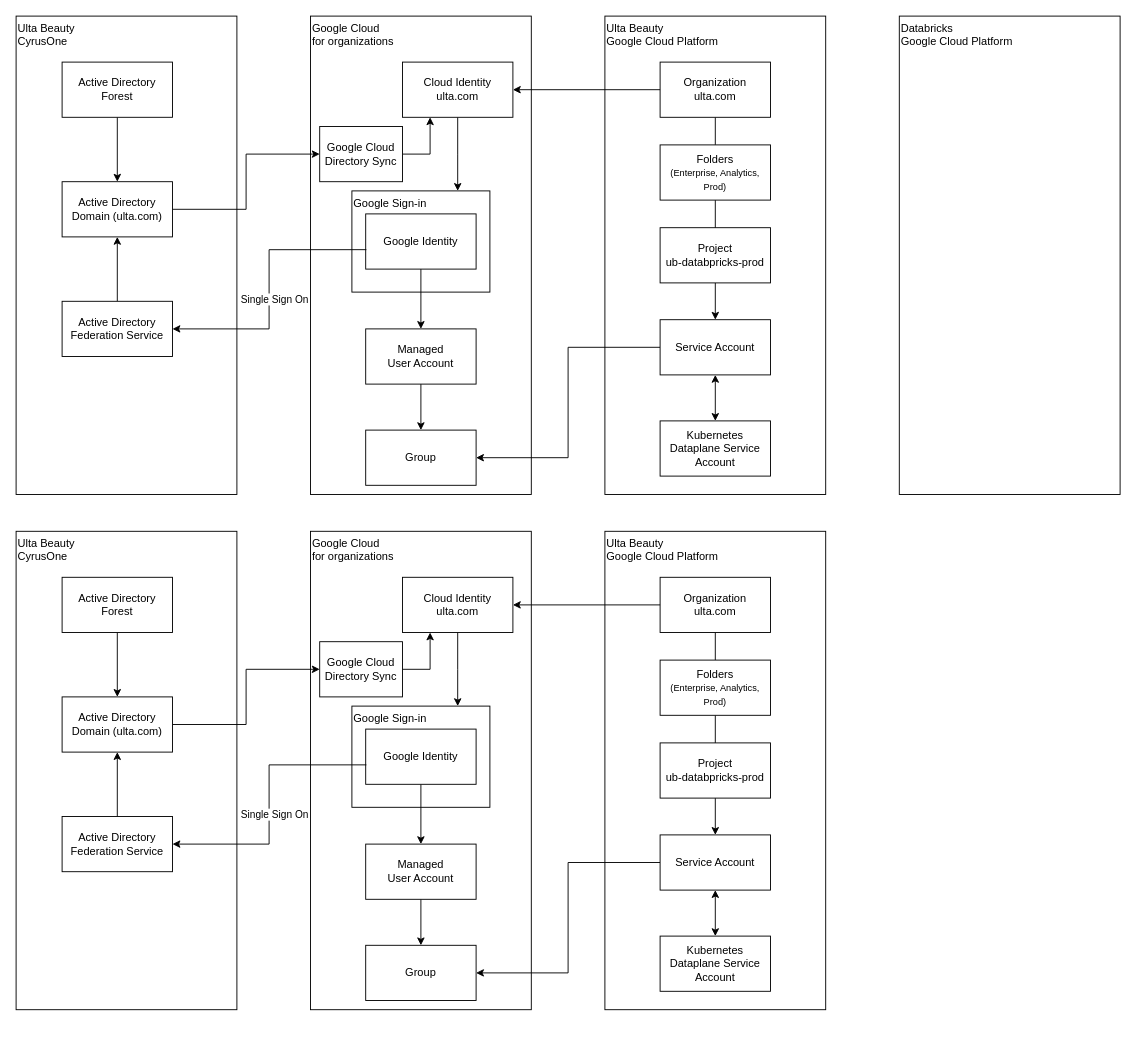
Before: page "Identity and Access Management" (4 of 7) of images/databricks.drawio in bpayt2/temp, a draw.io diagram. Source tidied: cells renumbered, new cells numbered last; positions are measured from the earlier drawing's top-left corner, leaving out a move shared by most shapes. Both pictures are drawn from the tidied source at 92%, with x=0, y=0 at pixel (16, 16).
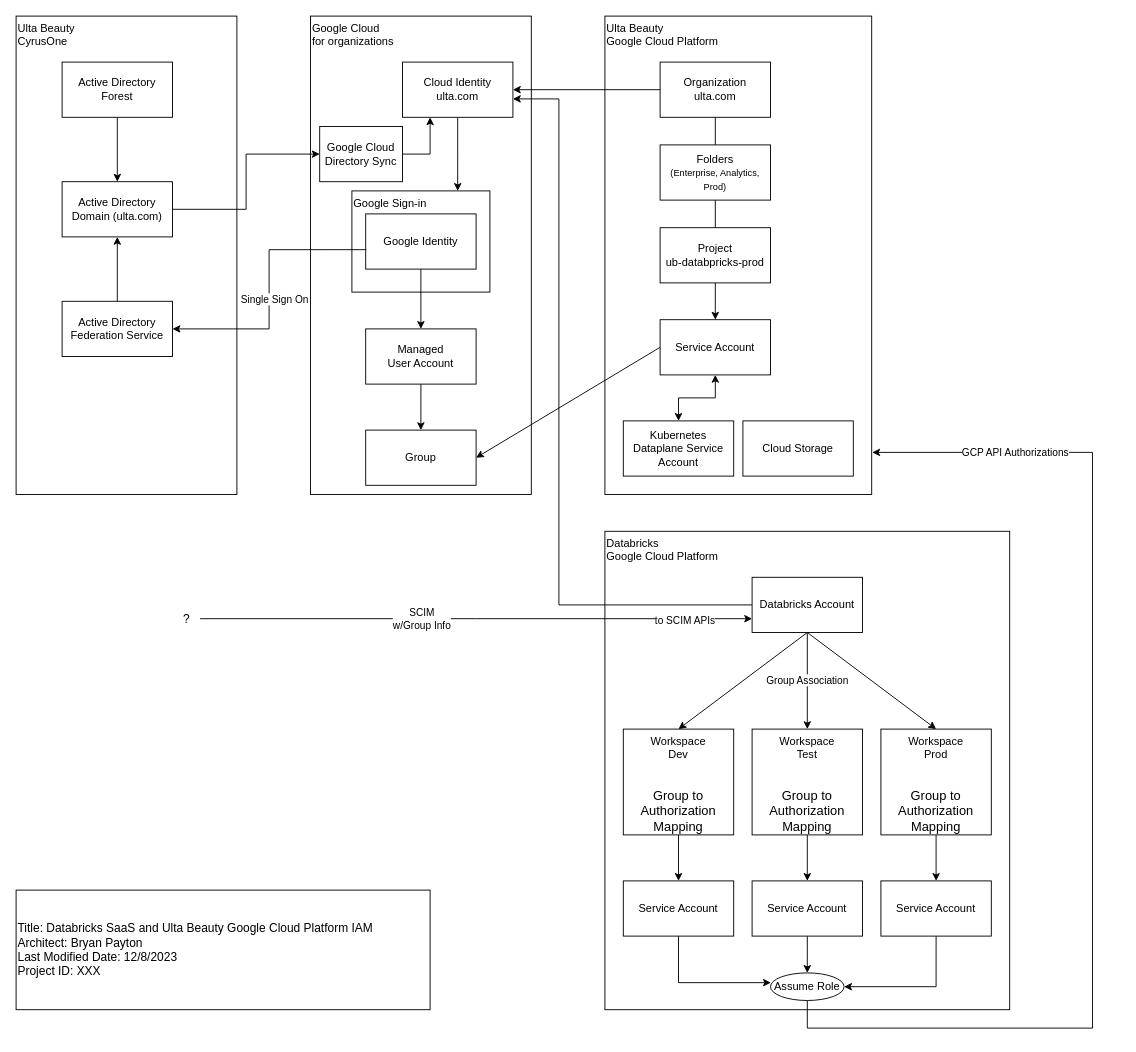
The same diagram, later.

The change refers to these unchanged cells:
```xml
<mxCell id="11" value="Group" style="rounded=0;whiteSpace=wrap;html=1;" parent="1" vertex="1">
  <mxGeometry x="380" y="450" width="120" height="60" as="geometry" />
</mxCell>
<mxCell id="20" value="Service Account" style="rounded=0;whiteSpace=wrap;html=1;" parent="1" vertex="1">
  <mxGeometry x="700" y="330" width="120" height="60" as="geometry" />
</mxCell>
```

What changed in the source:
```diff
@@
+    <mxCell id="4" value="Ulta Beauty &lt;br&gt;Google Cloud Platform" style="rounded=0;whiteSpace=wrap;html=1;verticalAlign=top;align=left;" parent="1" vertex="1">
+      <mxGeometry x="640" width="290" height="520" as="geometry" />
+    </mxCell>
@@
-    <mxCell id="4" value="Ulta Beauty &lt;br&gt;Google Cloud Platform" style="rounded=0;whiteSpace=wrap;html=1;verticalAlign=top;align=left;" parent="1" vertex="1">
-      <mxGeometry x="640" width="240" height="520" as="geometry" />
-    </mxCell>
     <mxCell id="5" value="Databricks&lt;br&gt;Google Cloud Platform" style="rounded=0;whiteSpace=wrap;html=1;verticalAlign=top;align=left;" parent="1" vertex="1">
-      <mxGeometry x="960" width="240" height="520" as="geometry" />
+      <mxGeometry x="640" y="560" width="440" height="520" as="geometry" />
     </mxCell>
@@
-    <mxCell id="19" style="edgeStyle=orthogonalEdgeStyle;rounded=0;jettySize=auto;html=1;exitX=0;exitY=0.5;exitDx=0;exitDy=0;entryX=1;entryY=0.5;entryDx=0;entryDy=0;" parent="1" edge="1" source="20" target="11">
+    <mxCell id="19" style="rounded=0;jettySize=auto;html=1;exitX=0;exitY=0.5;exitDx=0;exitDy=0;entryX=1;entryY=0.5;entryDx=0;entryDy=0;" parent="1" edge="1" source="20" target="11">
       <mxGeometry relative="1" as="geometry" />
     </mxCell>
@@
     <mxCell id="22" value="Kubernetes Dataplane Service Account" style="rounded=0;whiteSpace=wrap;html=1;" parent="1" vertex="1">
-      <mxGeometry x="700" y="440" width="120" height="60" as="geometry" />
+      <mxGeometry x="660" y="440" width="120" height="60" as="geometry" />
     </mxCell>
@@
-    <mxCell id="35" value="Ulta Beauty&amp;nbsp;&lt;br&gt;CyrusOne" style="rounded=0;whiteSpace=wrap;html=1;verticalAlign=top;align=left;" parent="1" vertex="1">
-      <mxGeometry y="560" width="240" height="520" as="geometry" />
-    </mxCell>
-    <mxCell id="36" value="Google Cloud&lt;br&gt;for organizations" style="rounded=0;whiteSpace=wrap;html=1;verticalAlign=top;align=left;" parent="1" vertex="1">
-      <mxGeometry x="320" y="560" width="240" height="520" as="geometry" />
-    </mxCell>
-    <mxCell id="37" value="Ulta Beauty &lt;br&gt;Google Cloud Platform" style="rounded=0;whiteSpace=wrap;html=1;verticalAlign=top;align=left;" parent="1" vertex="1">
-      <mxGeometry x="640" y="560" width="240" height="520" as="geometry" />
-    </mxCell>
-    <mxCell id="38" value="Google Sign-in" style="rounded=0;whiteSpace=wrap;html=1;verticalAlign=top;align=left;" parent="1" vertex="1">
-      <mxGeometry x="365" y="750" width="150" height="110" as="geometry" />
-    </mxCell>
-    <mxCell id="39" style="edgeStyle=orthogonalEdgeStyle;rounded=0;jettySize=auto;html=1;exitX=0.5;exitY=1;exitDx=0;exitDy=0;" parent="1" edge="1" source="40" target="42">
-      <mxGeometry relative="1" as="geometry" />
-    </mxCell>
-    <mxCell id="40" value="Google Identity" style="rounded=0;whiteSpace=wrap;html=1;" parent="1" vertex="1">
-      <mxGeometry x="380" y="775" width="120" height="60" as="geometry" />
-    </mxCell>
-    <mxCell id="41" style="edgeStyle=orthogonalEdgeStyle;rounded=0;jettySize=auto;html=1;exitX=0.5;exitY=1;exitDx=0;exitDy=0;entryX=0.5;entryY=0;entryDx=0;entryDy=0;" parent="1" edge="1" source="42" target="43">
-      <mxGeometry relative="1" as="geometry" />
-    </mxCell>
-    <mxCell id="42" value="Managed&lt;br&gt;User Account" style="rounded=0;whiteSpace=wrap;html=1;" parent="1" vertex="1">
-      <mxGeometry x="380" y="900" width="120" height="60" as="geometry" />
-    </mxCell>
-    <mxCell id="43" value="Group" style="rounded=0;whiteSpace=wrap;html=1;" parent="1" vertex="1">
-      <mxGeometry x="380" y="1010" width="120" height="60" as="geometry" />
-    </mxCell>
-    <mxCell id="44" style="edgeStyle=orthogonalEdgeStyle;rounded=0;jettySize=auto;html=1;exitX=0.5;exitY=1;exitDx=0;exitDy=0;entryX=0.5;entryY=0;entryDx=0;entryDy=0;endArrow=none;endFill=0;" parent="1" edge="1" source="45" target="56">
-      <mxGeometry relative="1" as="geometry" />
+    <mxCell id="44" style="edgeStyle=orthogonalEdgeStyle;rounded=0;orthogonalLoop=1;jettySize=auto;html=1;exitX=0.5;exitY=1;exitDx=0;exitDy=0;entryX=0.5;entryY=0;entryDx=0;entryDy=0;endArrow=none;endFill=0;" parent="1" edge="1">
+      <mxGeometry relative="1" as="geometry">
+        <mxPoint x="760" y="670" as="sourcePoint" />
+      </mxGeometry>
     </mxCell>
-    <mxCell id="45" value="Organization&lt;br&gt;ulta.com" style="rounded=0;whiteSpace=wrap;html=1;" parent="1" vertex="1">
-      <mxGeometry x="700" y="610" width="120" height="60" as="geometry" />
-    </mxCell>
-    <mxCell id="46" style="edgeStyle=orthogonalEdgeStyle;rounded=0;jettySize=auto;html=1;exitX=0.5;exitY=1;exitDx=0;exitDy=0;" parent="1" edge="1" source="48">
-      <mxGeometry relative="1" as="geometry">
-        <mxPoint x="480" y="750" as="targetPoint" />
-      </mxGeometry>
-    </mxCell>
-    <mxCell id="47" style="edgeStyle=orthogonalEdgeStyle;rounded=0;jettySize=auto;html=1;exitX=1;exitY=0.5;exitDx=0;exitDy=0;startArrow=classic;startFill=1;endArrow=none;endFill=0;" parent="1" edge="1" source="48" target="45">
-      <mxGeometry relative="1" as="geometry" />
+    <mxCell id="47" style="rounded=0;jettySize=auto;html=1;startArrow=classic;startFill=1;endArrow=none;endFill=0;entryX=0;entryY=0.5;entryDx=0;entryDy=0;edgeStyle=orthogonalEdgeStyle;" parent="1" edge="1" target="74">
+      <mxGeometry relative="1" as="geometry">
+        <mxPoint x="540" y="90" as="sourcePoint" />
+        <Array as="points">
+          <mxPoint x="540" y="90" />
+          <mxPoint x="590" y="90" />
+          <mxPoint x="590" y="640" />
+        </Array>
+      </mxGeometry>
     </mxCell>
-    <mxCell id="48" value="Cloud Identity&lt;br&gt;ulta.com" style="rounded=0;whiteSpace=wrap;html=1;" parent="1" vertex="1">
-      <mxGeometry x="420" y="610" width="120" height="60" as="geometry" />
-    </mxCell>
-    <mxCell id="49" style="edgeStyle=orthogonalEdgeStyle;rounded=0;jettySize=auto;html=1;exitX=0.5;exitY=1;exitDx=0;exitDy=0;entryX=0.5;entryY=0;entryDx=0;entryDy=0;" parent="1" edge="1" source="50" target="52">
-      <mxGeometry relative="1" as="geometry" />
-    </mxCell>
-    <mxCell id="50" value="Project&lt;br&gt;ub-databpricks-prod" style="rounded=0;whiteSpace=wrap;html=1;" parent="1" vertex="1">
-      <mxGeometry x="700" y="790" width="120" height="60" as="geometry" />
-    </mxCell>
-    <mxCell id="51" style="edgeStyle=orthogonalEdgeStyle;rounded=0;jettySize=auto;html=1;exitX=0;exitY=0.5;exitDx=0;exitDy=0;entryX=1;entryY=0.5;entryDx=0;entryDy=0;" parent="1" edge="1" source="52" target="43">
-      <mxGeometry relative="1" as="geometry" />
-    </mxCell>
     <mxCell id="52" value="Service Account" style="rounded=0;whiteSpace=wrap;html=1;" parent="1" vertex="1">
-      <mxGeometry x="700" y="890" width="120" height="60" as="geometry" />
+      <mxGeometry x="660" y="940" width="120" height="60" as="geometry" />
     </mxCell>
-    <mxCell id="53" style="edgeStyle=orthogonalEdgeStyle;rounded=0;jettySize=auto;html=1;exitX=0.5;exitY=0;exitDx=0;exitDy=0;entryX=0.5;entryY=1;entryDx=0;entryDy=0;startArrow=classic;startFill=1;" parent="1" edge="1" source="54" target="52">
-      <mxGeometry relative="1" as="geometry" />
-    </mxCell>
-    <mxCell id="54" value="Kubernetes Dataplane Service Account" style="rounded=0;whiteSpace=wrap;html=1;" parent="1" vertex="1">
-      <mxGeometry x="700" y="1000" width="120" height="60" as="geometry" />
-    </mxCell>
-    <mxCell id="55" style="edgeStyle=orthogonalEdgeStyle;rounded=0;jettySize=auto;html=1;exitX=0.5;exitY=1;exitDx=0;exitDy=0;entryX=0.5;entryY=0;entryDx=0;entryDy=0;endArrow=none;endFill=0;" parent="1" edge="1" source="56" target="50">
-      <mxGeometry relative="1" as="geometry" />
+    <mxCell id="55" style="edgeStyle=orthogonalEdgeStyle;rounded=0;orthogonalLoop=1;jettySize=auto;html=1;exitX=0.5;exitY=1;exitDx=0;exitDy=0;entryX=0.5;entryY=0;entryDx=0;entryDy=0;endArrow=none;endFill=0;" parent="1" edge="1">
+      <mxGeometry relative="1" as="geometry">
+        <mxPoint x="760" y="760" as="sourcePoint" />
+      </mxGeometry>
     </mxCell>
-    <mxCell id="56" value="Folders&lt;br&gt;&lt;font style=&quot;font-size: 10px;&quot;&gt;(Enterprise, Analytics, Prod)&lt;/font&gt;" style="rounded=0;whiteSpace=wrap;html=1;" parent="1" vertex="1">
-      <mxGeometry x="700" y="700" width="120" height="60" as="geometry" />
-    </mxCell>
-    <mxCell id="57" style="edgeStyle=orthogonalEdgeStyle;rounded=0;jettySize=auto;html=1;exitX=0.5;exitY=1;exitDx=0;exitDy=0;entryX=0.5;entryY=0;entryDx=0;entryDy=0;" parent="1" edge="1" source="58" target="60">
-      <mxGeometry relative="1" as="geometry" />
-    </mxCell>
-    <mxCell id="58" value="Active Directory Forest" style="rounded=0;whiteSpace=wrap;html=1;" parent="1" vertex="1">
-      <mxGeometry x="50" y="610" width="120" height="60" as="geometry" />
-    </mxCell>
-    <mxCell id="59" style="edgeStyle=orthogonalEdgeStyle;rounded=0;jettySize=auto;html=1;exitX=1;exitY=0.5;exitDx=0;exitDy=0;entryX=0;entryY=0.5;entryDx=0;entryDy=0;" parent="1" edge="1" source="60" target="66">
-      <mxGeometry relative="1" as="geometry" />
-    </mxCell>
-    <mxCell id="60" value="Active Directory Domain (ulta.com)" style="rounded=0;whiteSpace=wrap;html=1;" parent="1" vertex="1">
-      <mxGeometry x="50" y="740" width="120" height="60" as="geometry" />
-    </mxCell>
-    <mxCell id="61" style="edgeStyle=orthogonalEdgeStyle;rounded=0;jettySize=auto;html=1;exitX=0.5;exitY=0;exitDx=0;exitDy=0;entryX=0.5;entryY=1;entryDx=0;entryDy=0;" parent="1" edge="1" source="62" target="60">
-      <mxGeometry relative="1" as="geometry" />
-    </mxCell>
-    <mxCell id="62" value="Active Directory Federation Service" style="rounded=0;whiteSpace=wrap;html=1;" parent="1" vertex="1">
-      <mxGeometry x="50" y="870" width="120" height="60" as="geometry" />
-    </mxCell>
-    <mxCell id="63" style="edgeStyle=orthogonalEdgeStyle;rounded=0;jettySize=auto;html=1;exitX=1;exitY=0.5;exitDx=0;exitDy=0;entryX=0.006;entryY=0.648;entryDx=0;entryDy=0;entryPerimeter=0;endArrow=none;endFill=0;startArrow=classic;startFill=1;" parent="1" edge="1" source="62" target="40">
-      <mxGeometry relative="1" as="geometry" />
-    </mxCell>
-    <mxCell id="64" value="Single Sign On" style="edgeLabel;html=1;align=center;verticalAlign=middle;" parent="63" vertex="1">
-      <mxGeometry x="-0.04" y="-1" relative="1" as="geometry">
-        <mxPoint x="4" y="4" as="offset" />
-      </mxGeometry>
-    </mxCell>
-    <mxCell id="65" style="edgeStyle=orthogonalEdgeStyle;rounded=0;jettySize=auto;html=1;exitX=1;exitY=0.5;exitDx=0;exitDy=0;entryX=0.25;entryY=1;entryDx=0;entryDy=0;" parent="1" edge="1" source="66" target="48">
-      <mxGeometry relative="1" as="geometry" />
-    </mxCell>
-    <mxCell id="66" value="Google Cloud Directory Sync" style="rounded=0;whiteSpace=wrap;html=1;" parent="1" vertex="1">
-      <mxGeometry x="330" y="680" width="90" height="60" as="geometry" />
-    </mxCell>
+    <mxCell id="67" style="rounded=0;jettySize=auto;html=1;exitX=0.5;exitY=1;exitDx=0;exitDy=0;entryX=0.5;entryY=0;entryDx=0;entryDy=0;" parent="1" edge="1" source="74" target="76">
+      <mxGeometry relative="1" as="geometry" />
+    </mxCell>
+    <mxCell id="68" style="rounded=0;jettySize=auto;html=1;exitX=0.5;exitY=1;exitDx=0;exitDy=0;" parent="1" edge="1" source="74" target="80">
+      <mxGeometry relative="1" as="geometry" />
+    </mxCell>
+    <mxCell id="69" value="Group Association" style="edgeLabel;html=1;align=center;verticalAlign=middle;" parent="68" vertex="1">
+      <mxGeometry x="-0.02" y="-1" relative="1" as="geometry" />
+    </mxCell>
+    <mxCell id="70" style="rounded=0;jettySize=auto;html=1;exitX=0.5;exitY=1;exitDx=0;exitDy=0;entryX=0.5;entryY=0;entryDx=0;entryDy=0;" parent="1" edge="1" source="74" target="78">
+      <mxGeometry relative="1" as="geometry" />
+    </mxCell>
+    <mxCell id="71" style="edgeStyle=orthogonalEdgeStyle;rounded=0;jettySize=auto;html=1;endArrow=none;endFill=0;startArrow=classic;startFill=1;exitX=0;exitY=0.75;exitDx=0;exitDy=0;" parent="1" edge="1" source="74">
+      <mxGeometry relative="1" as="geometry">
+        <mxPoint x="200" y="655" as="targetPoint" />
+      </mxGeometry>
+    </mxCell>
+    <mxCell id="72" value="SCIM&lt;br style=&quot;border-color: var(--border-color); background-color: rgb(251, 251, 251);&quot;&gt;&lt;span style=&quot;border-color: var(--border-color);&quot;&gt;w/Group Info&lt;/span&gt;" style="edgeLabel;html=1;align=center;verticalAlign=middle;" parent="71" vertex="1">
+      <mxGeometry x="0.2" relative="1" as="geometry" />
+    </mxCell>
+    <mxCell id="73" value="to SCIM APIs" style="edgeLabel;html=1;align=center;verticalAlign=middle;" parent="71" vertex="1">
+      <mxGeometry x="-0.81" y="4" relative="1" as="geometry">
+        <mxPoint x="-17" y="-3" as="offset" />
+      </mxGeometry>
+    </mxCell>
+    <mxCell id="74" value="Databricks Account" style="rounded=0;whiteSpace=wrap;html=1;" parent="1" vertex="1">
+      <mxGeometry x="800" y="610" width="120" height="60" as="geometry" />
+    </mxCell>
+    <mxCell id="75" style="edgeStyle=orthogonalEdgeStyle;rounded=0;jettySize=auto;html=1;exitX=0.5;exitY=1;exitDx=0;exitDy=0;entryX=0.5;entryY=0;entryDx=0;entryDy=0;" parent="1" edge="1" source="76" target="52">
+      <mxGeometry relative="1" as="geometry" />
+    </mxCell>
+    <mxCell id="76" value="Workspace&lt;br&gt;Dev&lt;br&gt;&lt;br&gt;&lt;br&gt;&lt;font style=&quot;font-size: 14px;&quot;&gt;Group to Authorization Mapping&lt;/font&gt;" style="rounded=0;whiteSpace=wrap;html=1;verticalAlign=top;" parent="1" vertex="1">
+      <mxGeometry x="660" y="775" width="120" height="115" as="geometry" />
+    </mxCell>
+    <mxCell id="77" style="edgeStyle=orthogonalEdgeStyle;rounded=0;jettySize=auto;html=1;exitX=0.5;exitY=1;exitDx=0;exitDy=0;entryX=0.5;entryY=0;entryDx=0;entryDy=0;" parent="1" edge="1" source="78" target="84">
+      <mxGeometry relative="1" as="geometry" />
+    </mxCell>
+    <mxCell id="78" value="Workspace&lt;br&gt;Prod&lt;br&gt;&lt;br&gt;&lt;br&gt;&lt;font style=&quot;font-size: 14px;&quot;&gt;Group to Authorization Mapping&lt;/font&gt;" style="rounded=0;whiteSpace=wrap;html=1;verticalAlign=top;" parent="1" vertex="1">
+      <mxGeometry x="940" y="775" width="120" height="115" as="geometry" />
+    </mxCell>
+    <mxCell id="79" style="edgeStyle=orthogonalEdgeStyle;rounded=0;jettySize=auto;html=1;exitX=0.5;exitY=1;exitDx=0;exitDy=0;entryX=0.5;entryY=0;entryDx=0;entryDy=0;" parent="1" edge="1" source="80" target="82">
+      <mxGeometry relative="1" as="geometry" />
+    </mxCell>
+    <mxCell id="80" value="Workspace &lt;br&gt;Test&lt;br&gt;&lt;br&gt;&lt;br&gt;&lt;font style=&quot;font-size: 14px;&quot;&gt;Group to Authorization Mapping&lt;/font&gt;" style="rounded=0;whiteSpace=wrap;html=1;verticalAlign=top;" parent="1" vertex="1">
+      <mxGeometry x="800" y="775" width="120" height="115" as="geometry" />
+    </mxCell>
+    <mxCell id="81" style="edgeStyle=orthogonalEdgeStyle;rounded=0;jettySize=auto;html=1;exitX=0.5;exitY=1;exitDx=0;exitDy=0;entryX=0.5;entryY=0;entryDx=0;entryDy=0;" parent="1" edge="1" source="82" target="85">
+      <mxGeometry relative="1" as="geometry" />
+    </mxCell>
+    <mxCell id="82" value="Service Account" style="rounded=0;whiteSpace=wrap;html=1;" parent="1" vertex="1">
+      <mxGeometry x="800" y="940" width="120" height="60" as="geometry" />
+    </mxCell>
+    <mxCell id="83" style="edgeStyle=orthogonalEdgeStyle;rounded=0;jettySize=auto;html=1;exitX=0.5;exitY=1;exitDx=0;exitDy=0;entryX=1;entryY=0.5;entryDx=0;entryDy=0;" parent="1" edge="1" source="84" target="85">
+      <mxGeometry relative="1" as="geometry" />
+    </mxCell>
+    <mxCell id="84" value="Service Account" style="rounded=0;whiteSpace=wrap;html=1;" parent="1" vertex="1">
+      <mxGeometry x="940" y="940" width="120" height="60" as="geometry" />
+    </mxCell>
+    <mxCell id="85" value="Assume Role" style="ellipse;whiteSpace=wrap;html=1;" parent="1" vertex="1">
+      <mxGeometry x="820" y="1040" width="80" height="30" as="geometry" />
+    </mxCell>
+    <mxCell id="86" style="edgeStyle=orthogonalEdgeStyle;rounded=0;jettySize=auto;html=1;exitX=0.5;exitY=1;exitDx=0;exitDy=0;entryX=0.005;entryY=0.353;entryDx=0;entryDy=0;entryPerimeter=0;" parent="1" edge="1" source="52" target="85">
+      <mxGeometry relative="1" as="geometry" />
+    </mxCell>
+    <mxCell id="87" style="edgeStyle=orthogonalEdgeStyle;rounded=0;jettySize=auto;html=1;exitX=0.5;exitY=1;exitDx=0;exitDy=0;entryX=1.002;entryY=0.912;entryDx=0;entryDy=0;entryPerimeter=0;" parent="1" edge="1" source="85" target="4">
+      <mxGeometry relative="1" as="geometry">
+        <Array as="points">
+          <mxPoint x="860" y="1100" />
+          <mxPoint x="1170" y="1100" />
+          <mxPoint x="1170" y="474" />
+        </Array>
+      </mxGeometry>
+    </mxCell>
+    <mxCell id="88" value="GCP API Authorizations" style="edgeLabel;html=1;align=center;verticalAlign=middle;" parent="87" vertex="1">
+      <mxGeometry x="0.77" y="1" relative="1" as="geometry">
+        <mxPoint x="17" y="-1" as="offset" />
+      </mxGeometry>
+    </mxCell>
+    <mxCell id="89" value="&lt;font style=&quot;font-size: 13px;&quot;&gt;?&lt;/font&gt;" style="text;html=1;align=center;verticalAlign=middle;strokeColor=none;fillColor=none;" parent="1" vertex="1">
+      <mxGeometry x="170" y="640" width="30" height="30" as="geometry" />
+    </mxCell>
+    <mxCell id="90" value="Cloud Storage" style="rounded=0;whiteSpace=wrap;html=1;" parent="1" vertex="1">
+      <mxGeometry x="790" y="440" width="120" height="60" as="geometry" />
+    </mxCell>
+    <mxCell id="91" value="&lt;font style=&quot;font-size: 13px;&quot;&gt;Title: Databricks SaaS and Ulta Beauty Google Cloud Platform IAM&lt;br&gt;Architect: Bryan Payton&lt;br&gt;Last Modified Date: 12/8/2023&lt;br&gt;Project ID: XXX&lt;/font&gt;" style="rounded=0;whiteSpace=wrap;html=1;align=left;" parent="1" vertex="1">
+      <mxGeometry y="950" width="450" height="130" as="geometry" />
+    </mxCell>
```
